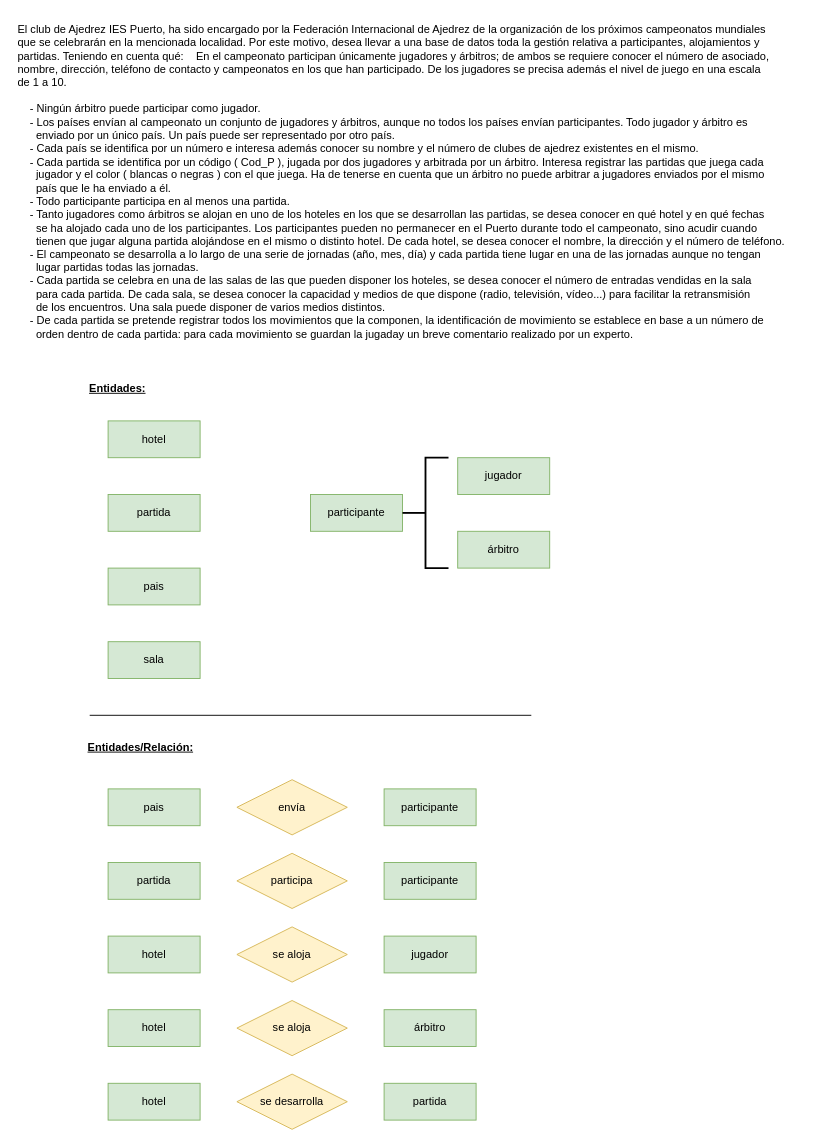
JCarlosAR032/base-de-datos keeps this draw.io diagram as page "Paso 1" (1 of 3) of Tareas/Tema 2/Tarea 9/Ejercicio9.drawio. Above is the earlier version. Source tidied: cells renumbered, new cells numbered last; positions are measured from the earlier drawing's top-left corner, leaving out a move shared by most shapes. Both pictures are drawn from the tidied source at 92%, with x=0, y=0 at pixel (16, 16).
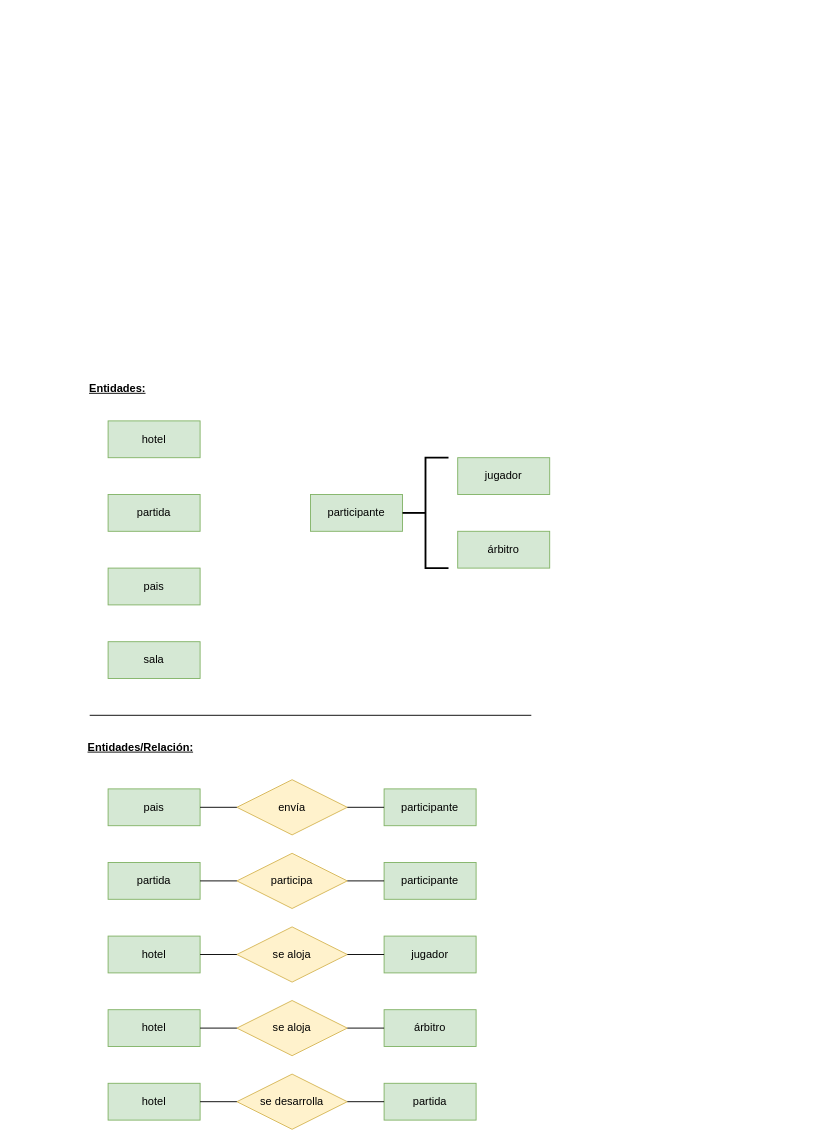
After the change.

Unchanged cells that the change refers to:
```xml
<mxCell id="9" value="participante" style="whiteSpace=wrap;html=1;align=center;fillColor=#d5e8d4;strokeColor=#82b366;" parent="1" vertex="1">
  <mxGeometry x="400" y="840" width="100" height="40" as="geometry" />
</mxCell>
<mxCell id="10" value="envía" style="shape=rhombus;perimeter=rhombusPerimeter;whiteSpace=wrap;html=1;align=center;fillColor=#fff2cc;strokeColor=#d6b656;" parent="1" vertex="1">
  <mxGeometry x="240" y="830" width="120" height="60" as="geometry" />
</mxCell>
<mxCell id="11" value="pais" style="whiteSpace=wrap;html=1;align=center;fillColor=#d5e8d4;strokeColor=#82b366;" parent="1" vertex="1">
  <mxGeometry x="100" y="840" width="100" height="40" as="geometry" />
</mxCell>
<mxCell id="12" value="partida" style="whiteSpace=wrap;html=1;align=center;fillColor=#d5e8d4;strokeColor=#82b366;" parent="1" vertex="1">
  <mxGeometry x="100" y="920" width="100" height="40" as="geometry" />
</mxCell>
<mxCell id="13" value="hotel" style="whiteSpace=wrap;html=1;align=center;fillColor=#d5e8d4;strokeColor=#82b366;" parent="1" vertex="1">
  <mxGeometry x="100" y="1000" width="100" height="40" as="geometry" />
</mxCell>
<mxCell id="14" value="jugador" style="whiteSpace=wrap;html=1;align=center;fillColor=#d5e8d4;strokeColor=#82b366;" parent="1" vertex="1">
  <mxGeometry x="400" y="1000" width="100" height="40" as="geometry" />
</mxCell>
<mxCell id="15" value="árbitro" style="whiteSpace=wrap;html=1;align=center;fillColor=#d5e8d4;strokeColor=#82b366;" parent="1" vertex="1">
  <mxGeometry x="400" y="1080" width="100" height="40" as="geometry" />
</mxCell>
<mxCell id="16" value="hotel" style="whiteSpace=wrap;html=1;align=center;fillColor=#d5e8d4;strokeColor=#82b366;" parent="1" vertex="1">
  <mxGeometry x="100" y="1080" width="100" height="40" as="geometry" />
</mxCell>
<mxCell id="17" value="se aloja" style="shape=rhombus;perimeter=rhombusPerimeter;whiteSpace=wrap;html=1;align=center;fillColor=#fff2cc;strokeColor=#d6b656;" parent="1" vertex="1">
  <mxGeometry x="240" y="990" width="120" height="60" as="geometry" />
</mxCell>
<mxCell id="18" value="se aloja" style="shape=rhombus;perimeter=rhombusPerimeter;whiteSpace=wrap;html=1;align=center;fillColor=#fff2cc;strokeColor=#d6b656;" parent="1" vertex="1">
  <mxGeometry x="240" y="1070" width="120" height="60" as="geometry" />
</mxCell>
<mxCell id="19" value="hotel" style="whiteSpace=wrap;html=1;align=center;fillColor=#d5e8d4;strokeColor=#82b366;" parent="1" vertex="1">
  <mxGeometry x="100" y="1160" width="100" height="40" as="geometry" />
</mxCell>
<mxCell id="20" value="se desarrolla" style="shape=rhombus;perimeter=rhombusPerimeter;whiteSpace=wrap;html=1;align=center;fillColor=#fff2cc;strokeColor=#d6b656;" parent="1" vertex="1">
  <mxGeometry x="240" y="1150" width="120" height="60" as="geometry" />
</mxCell>
<mxCell id="21" value="partida" style="whiteSpace=wrap;html=1;align=center;fillColor=#d5e8d4;strokeColor=#82b366;" parent="1" vertex="1">
  <mxGeometry x="400" y="1160" width="100" height="40" as="geometry" />
</mxCell>
<mxCell id="26" value="participante" style="whiteSpace=wrap;html=1;align=center;fillColor=#d5e8d4;strokeColor=#82b366;" parent="1" vertex="1">
  <mxGeometry x="400" y="920" width="100" height="40" as="geometry" />
</mxCell>
<mxCell id="27" value="participa" style="shape=rhombus;perimeter=rhombusPerimeter;whiteSpace=wrap;html=1;align=center;fillColor=#fff2cc;strokeColor=#d6b656;" parent="1" vertex="1">
  <mxGeometry x="240" y="910" width="120" height="60" as="geometry" />
</mxCell>
```

What changed in the source:
```diff
@@
-    <mxCell id="2" value="&lt;div align=&quot;left&quot;&gt;El club de Ajedrez IES Puerto, ha sido encargado por la Federación Internacional de Ajedrez de la organización de los próximos campeonatos mundiales &lt;br&gt;&lt;/div&gt;&lt;div align=&quot;left&quot;&gt;que se celebrarán en la mencionada localidad. Por este motivo, desea llevar a una base de datos toda la gestión relativa a participantes, alojamientos y &lt;br&gt;&lt;/div&gt;&lt;div align=&quot;left&quot;&gt;partidas. Teniendo en cuenta qué:&amp;nbsp;&amp;nbsp;&amp;nbsp; En el campeonato participan únicamente jugadores y árbitros; de ambos se requiere conocer el número de asociado, &lt;br&gt;&lt;/div&gt;&lt;div align=&quot;left&quot;&gt;nombre, dirección, teléfono de contacto y campeonatos en los que han participado. De los jugadores se precisa además el nivel de juego en una escala &lt;br&gt;&lt;/div&gt;&lt;div align=&quot;left&quot;&gt;de 1 a 10.&lt;/div&gt;&lt;div align=&quot;left&quot;&gt;&lt;br&gt;&lt;/div&gt;&lt;div align=&quot;left&quot;&gt;&amp;nbsp;&amp;nbsp;&amp;nbsp; - Ningún árbitro puede participar como jugador.&lt;br&gt;&amp;nbsp;&amp;nbsp;&amp;nbsp; - Los países envían al campeonato un conjunto de jugadores y árbitros, aunque no todos los países envían participantes. Todo jugador y árbitro es &lt;br&gt;&lt;/div&gt;&lt;div align=&quot;left&quot;&gt;&amp;nbsp;&amp;nbsp;&amp;nbsp;&amp;nbsp;&amp;nbsp; enviado por un único país. Un país puede ser representado por otro país.&lt;br&gt;&amp;nbsp;&amp;nbsp;&amp;nbsp; - Cada país se identifica por un número e interesa además conocer su nombre y el número de clubes de ajedrez existentes en el mismo.&lt;br&gt;&amp;nbsp;&amp;nbsp;&amp;nbsp; - Cada partida se identifica por un código ( Cod_P ), jugada por dos jugadores y arbitrada por un árbitro. Interesa registrar las partidas que juega cada &lt;br&gt;&lt;/div&gt;&lt;div align=&quot;left&quot;&gt;&amp;nbsp;&amp;nbsp;&amp;nbsp;&amp;nbsp;&amp;nbsp; jugador y el color ( blancas o negras ) con el que juega. Ha de tenerse en cuenta que un árbitro no puede arbitrar a jugadores enviados por el mismo &lt;br&gt;&lt;/div&gt;&lt;div align=&quot;left&quot;&gt;&amp;nbsp;&amp;nbsp;&amp;nbsp;&amp;nbsp;&amp;nbsp; país que le ha enviado a él.&lt;br&gt;&amp;nbsp;&amp;nbsp;&amp;nbsp; - Todo participante participa en al menos una partida.&lt;br&gt;&amp;nbsp;&amp;nbsp;&amp;nbsp; - Tanto jugadores como árbitros se alojan en uno de los hoteles en los que se desarrollan las partidas, se desea conocer en qué hotel y en qué fechas &lt;br&gt;&lt;/div&gt;&lt;div align=&quot;left&quot;&gt;&amp;nbsp;&amp;nbsp;&amp;nbsp;&amp;nbsp;&amp;nbsp; se ha alojado cada uno de los participantes. Los participantes pueden no permanecer en el Puerto durante todo el campeonato, sino acudir cuando &lt;br&gt;&lt;/div&gt;&lt;div align=&quot;left&quot;&gt;&amp;nbsp;&amp;nbsp;&amp;nbsp;&amp;nbsp;&amp;nbsp; tienen que jugar alguna partida alojándose en el mismo o distinto hotel. De cada hotel, se desea conocer el nombre, la dirección y el número de teléfono.&lt;br&gt;&amp;nbsp;&amp;nbsp;&amp;nbsp; - El campeonato se desarrolla a lo largo de una serie de jornadas (año, mes, día) y cada partida tiene lugar en una de las jornadas aunque no tengan &lt;br&gt;&lt;/div&gt;&lt;div align=&quot;left&quot;&gt;&amp;nbsp;&amp;nbsp;&amp;nbsp;&amp;nbsp;&amp;nbsp; lugar partidas todas las jornadas.&lt;br&gt;&amp;nbsp;&amp;nbsp;&amp;nbsp; - Cada partida se celebra en una de las salas de las que pueden disponer los hoteles, se desea conocer el número de entradas vendidas en la sala &lt;br&gt;&lt;/div&gt;&lt;div align=&quot;left&quot;&gt;&amp;nbsp;&amp;nbsp;&amp;nbsp;&amp;nbsp;&amp;nbsp; para cada partida. De cada sala, se desea conocer la capacidad y medios de que dispone (radio, televisión, vídeo...) para facilitar la retransmisión &lt;br&gt;&lt;/div&gt;&lt;div align=&quot;left&quot;&gt;&amp;nbsp;&amp;nbsp;&amp;nbsp;&amp;nbsp;&amp;nbsp; de los encuentros. Una sala puede disponer de varios medios distintos.&lt;br&gt;&amp;nbsp;&amp;nbsp;&amp;nbsp; - De cada partida se pretende registrar todos los movimientos que la componen, la identificación de movimiento se establece en base a un número de &lt;br&gt;&lt;/div&gt;&lt;div align=&quot;left&quot;&gt;&amp;nbsp;&amp;nbsp;&amp;nbsp;&amp;nbsp;&amp;nbsp; orden dentro de cada partida: para cada movimiento se guardan la jugaday un breve comentario realizado por un experto.&lt;/div&gt;" style="text;html=1;align=left;verticalAlign=middle;strokeColor=none;fillColor=none;" parent="1" vertex="1">
-      <mxGeometry width="850" height="360" as="geometry" />
-    </mxCell>
@@
+    <mxCell id="29" style="endArrow=none;html=1;rounded=0;exitX=1;exitY=0.5;exitDx=0;exitDy=0;entryX=0;entryY=0.5;entryDx=0;entryDy=0;" parent="1" edge="1" source="11" target="10">
+      <mxGeometry relative="1" as="geometry" />
+    </mxCell>
+    <mxCell id="30" style="endArrow=none;html=1;rounded=0;exitX=1;exitY=0.5;exitDx=0;exitDy=0;entryX=0;entryY=0.5;entryDx=0;entryDy=0;" parent="1" edge="1" source="10" target="9">
+      <mxGeometry relative="1" as="geometry" />
+    </mxCell>
+    <mxCell id="31" style="endArrow=none;html=1;rounded=0;exitX=1;exitY=0.5;exitDx=0;exitDy=0;entryX=0;entryY=0.5;entryDx=0;entryDy=0;" parent="1" edge="1" source="12" target="27">
+      <mxGeometry relative="1" as="geometry" />
+    </mxCell>
+    <mxCell id="32" style="endArrow=none;html=1;rounded=0;exitX=1;exitY=0.5;exitDx=0;exitDy=0;entryX=0;entryY=0.5;entryDx=0;entryDy=0;" parent="1" edge="1" source="27" target="26">
+      <mxGeometry relative="1" as="geometry" />
+    </mxCell>
+    <mxCell id="33" style="endArrow=none;html=1;rounded=0;exitX=1;exitY=0.5;exitDx=0;exitDy=0;entryX=0;entryY=0.5;entryDx=0;entryDy=0;" parent="1" edge="1" source="13" target="17">
+      <mxGeometry relative="1" as="geometry" />
+    </mxCell>
+    <mxCell id="34" style="endArrow=none;html=1;rounded=0;exitX=1;exitY=0.5;exitDx=0;exitDy=0;entryX=0;entryY=0.5;entryDx=0;entryDy=0;" parent="1" edge="1" source="17" target="14">
+      <mxGeometry relative="1" as="geometry" />
+    </mxCell>
+    <mxCell id="35" style="endArrow=none;html=1;rounded=0;exitX=1;exitY=0.5;exitDx=0;exitDy=0;entryX=0;entryY=0.5;entryDx=0;entryDy=0;" parent="1" edge="1" source="16" target="18">
+      <mxGeometry relative="1" as="geometry" />
+    </mxCell>
+    <mxCell id="36" style="endArrow=none;html=1;rounded=0;exitX=1;exitY=0.5;exitDx=0;exitDy=0;entryX=0;entryY=0.5;entryDx=0;entryDy=0;" parent="1" edge="1" source="18" target="15">
+      <mxGeometry relative="1" as="geometry" />
+    </mxCell>
+    <mxCell id="37" style="endArrow=none;html=1;rounded=0;exitX=1;exitY=0.5;exitDx=0;exitDy=0;entryX=0;entryY=0.5;entryDx=0;entryDy=0;" parent="1" edge="1" source="19" target="20">
+      <mxGeometry relative="1" as="geometry" />
+    </mxCell>
+    <mxCell id="38" style="endArrow=none;html=1;rounded=0;exitX=1;exitY=0.5;exitDx=0;exitDy=0;entryX=0;entryY=0.5;entryDx=0;entryDy=0;" parent="1" edge="1" source="20" target="21">
+      <mxGeometry relative="1" as="geometry" />
+    </mxCell>
```
